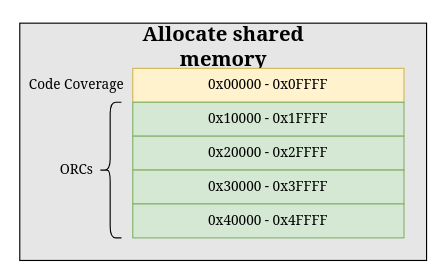
Earlier version of the draw.io diagram Images/drawio/allocate-shm.drawio (behnamarbab/masterthesis). Source tidied: cells renumbered, new cells numbered last; positions are measured from the earlier drawing's top-left corner, leaving out a move shared by most shapes. Both pictures are drawn from the tidied source at 113%, with x=0, y=0 at pixel (19, 23).
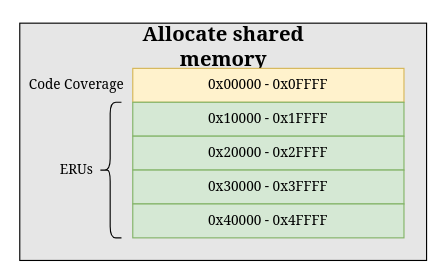
The same page after the edit.

Diff of the diagram source:
```diff
@@
 <mxGraphModel>
   <root>
     <mxCell id="0" />
     <mxCell id="1" parent="0" />
     <mxCell id="2" style="rounded=0;whiteSpace=wrap;html=1;fontFamily=Georgia;fillColor=#E6E6E6;" parent="1" vertex="1">
       <mxGeometry width="360" height="210" as="geometry" />
     </mxCell>
     <mxCell id="3" value="&lt;div&gt;&lt;span&gt;&lt;font style=&quot;font-size: 18px&quot;&gt;&lt;b&gt;Allocate shared memory&lt;/b&gt;&lt;/font&gt;&lt;/span&gt;&lt;/div&gt;" style="text;html=1;strokeColor=none;fillColor=none;align=center;verticalAlign=middle;whiteSpace=wrap;rounded=0;fontFamily=Georgia;" parent="1" vertex="1">
       <mxGeometry x="82.5" y="10" width="195" height="20" as="geometry" />
     </mxCell>
     <mxCell id="4" value="0x00000 - 0x0FFFF" style="rounded=0;whiteSpace=wrap;html=1;fillColor=#fff2cc;strokeColor=#d6b656;fontFamily=Georgia;" parent="1" vertex="1">
       <mxGeometry x="100" y="40" width="240" height="30" as="geometry" />
     </mxCell>
     <mxCell id="5" value="&lt;span&gt;0x10000 - 0x1FFFF&lt;/span&gt;" style="rounded=0;whiteSpace=wrap;html=1;fillColor=#d5e8d4;strokeColor=#82b366;fontFamily=Georgia;" parent="1" vertex="1">
       <mxGeometry x="100" y="70" width="240" height="30" as="geometry" />
     </mxCell>
     <mxCell id="6" value="&lt;span&gt;0x20000 - 0x2FFFF&lt;/span&gt;" style="rounded=0;whiteSpace=wrap;html=1;fillColor=#d5e8d4;strokeColor=#82b366;fontFamily=Georgia;" parent="1" vertex="1">
       <mxGeometry x="100" y="100" width="240" height="30" as="geometry" />
     </mxCell>
     <mxCell id="7" value="&lt;span&gt;0x30000 - 0x3FFFF&lt;/span&gt;" style="rounded=0;whiteSpace=wrap;html=1;fillColor=#d5e8d4;strokeColor=#82b366;fontFamily=Georgia;" parent="1" vertex="1">
       <mxGeometry x="100" y="130" width="240" height="30" as="geometry" />
     </mxCell>
     <mxCell id="8" value="&lt;span&gt;0x40000 - 0x4FFFF&lt;/span&gt;" style="rounded=0;whiteSpace=wrap;html=1;fillColor=#d5e8d4;strokeColor=#82b366;fontFamily=Georgia;" parent="1" vertex="1">
       <mxGeometry x="100" y="160" width="240" height="30" as="geometry" />
     </mxCell>
     <mxCell id="9" value="Code Coverage" style="text;html=1;align=center;verticalAlign=middle;strokeColor=none;fontFamily=Georgia;" parent="1" vertex="1">
       <mxGeometry x="5" y="45" width="90" height="20" as="geometry" />
     </mxCell>
     <mxCell id="10" style="shape=curlyBracket;whiteSpace=wrap;html=1;rounded=1;fontFamily=Georgia;" parent="1" vertex="1">
       <mxGeometry x="70" y="70" width="20" height="120" as="geometry" />
     </mxCell>
-    <mxCell id="11" value="ORCs" style="text;html=1;align=center;verticalAlign=middle;strokeColor=none;fontFamily=Georgia;" parent="1" vertex="1">
+    <mxCell id="11" value="ERUs" style="text;html=1;align=center;verticalAlign=middle;strokeColor=none;fontFamily=Georgia;" parent="1" vertex="1">
       <mxGeometry x="30" y="120" width="40" height="20" as="geometry" />
     </mxCell>
   </root>
 </mxGraphModel>
```
